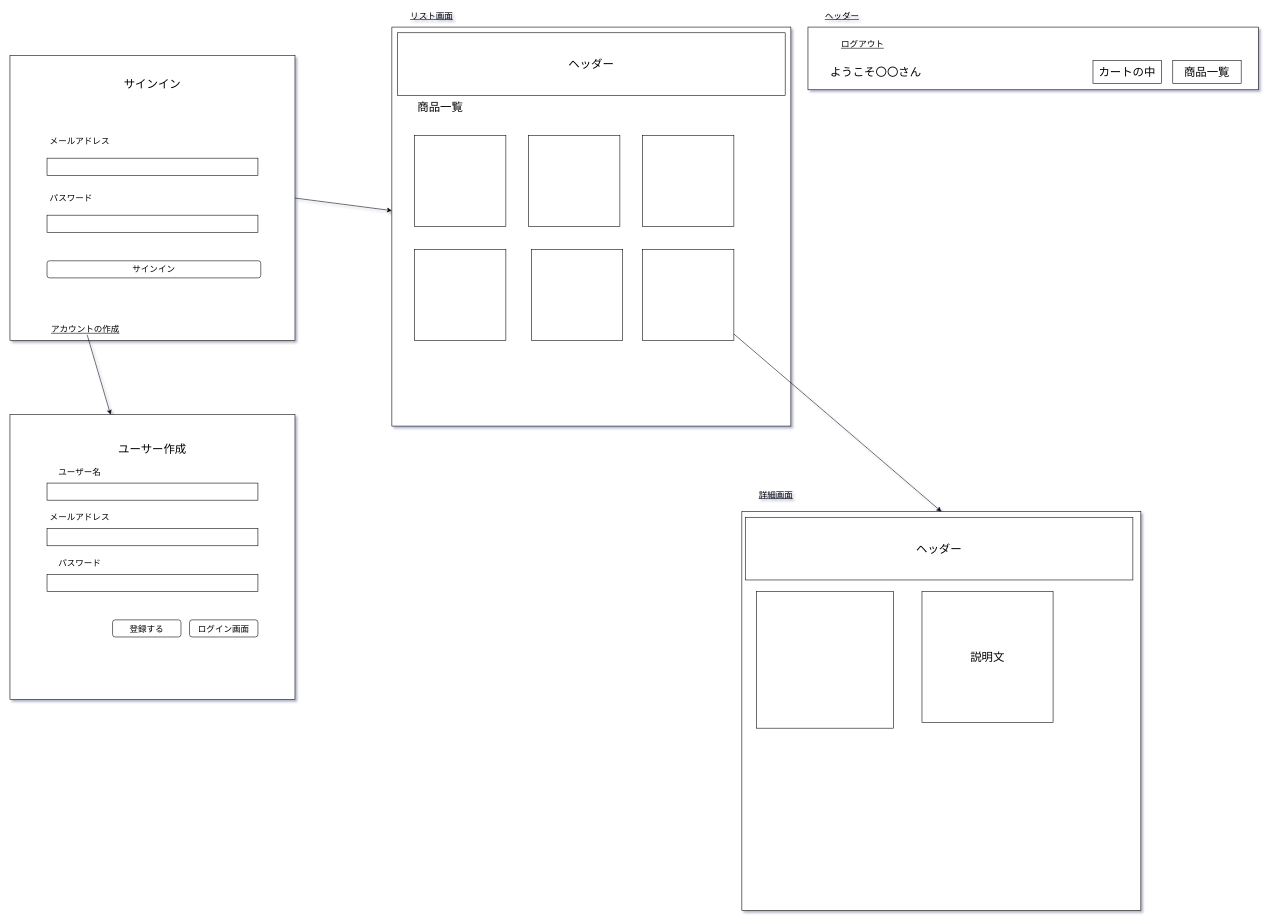
Before: 画面設計図.drawio in matsuo-develop-mitsu/webShopNode, a draw.io diagram. Source tidied: cells renumbered, new cells numbered last; positions are measured from the earlier drawing's top-left corner, leaving out a move shared by most shapes. Both pictures are drawn from the tidied source at 57%, with x=0, y=0 at pixel (10, 10).
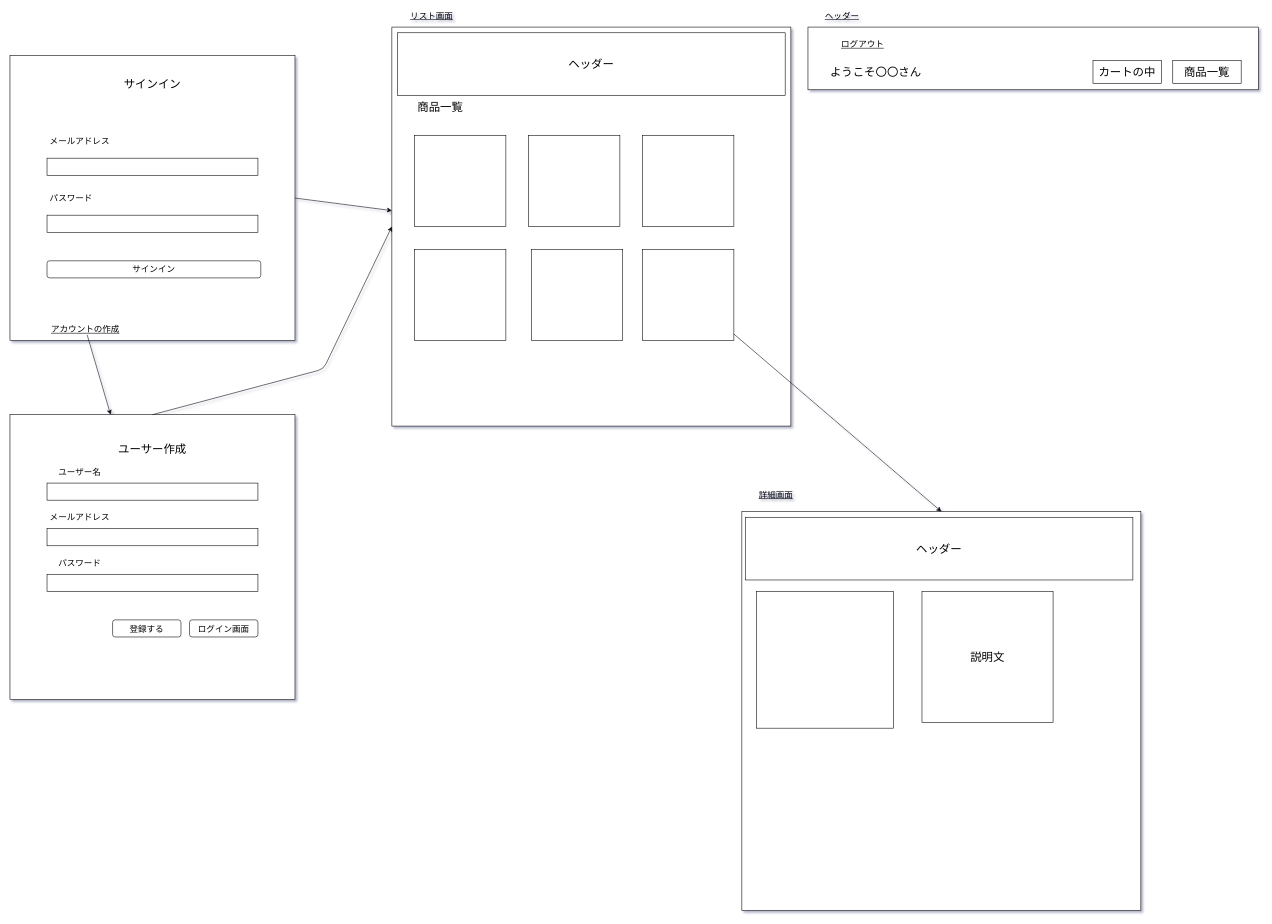
The same diagram, later.

The change refers to these unchanged cells:
```xml
<mxCell id="10" style="whiteSpace=wrap;html=1;fontSize=15;" parent="1" vertex="1">
  <mxGeometry x="670" y="30" width="700" height="700" as="geometry" />
</mxCell>
<mxCell id="33" style="whiteSpace=wrap;html=1;" parent="1" vertex="1">
  <mxGeometry y="710" width="500" height="500" as="geometry" />
</mxCell>
```

Change to the diagram source:
```diff
@@
+    <mxCell id="44" style="endArrow=classic;html=1;fontSize=15;entryX=0;entryY=0.5;entryDx=0;entryDy=0;exitX=0.5;exitY=0;exitDx=0;exitDy=0;" parent="1" edge="1" source="33" target="10">
+      <mxGeometry relative="1" as="geometry">
+        <Array as="points">
+          <mxPoint x="550" y="630" />
+        </Array>
+      </mxGeometry>
+    </mxCell>
```
